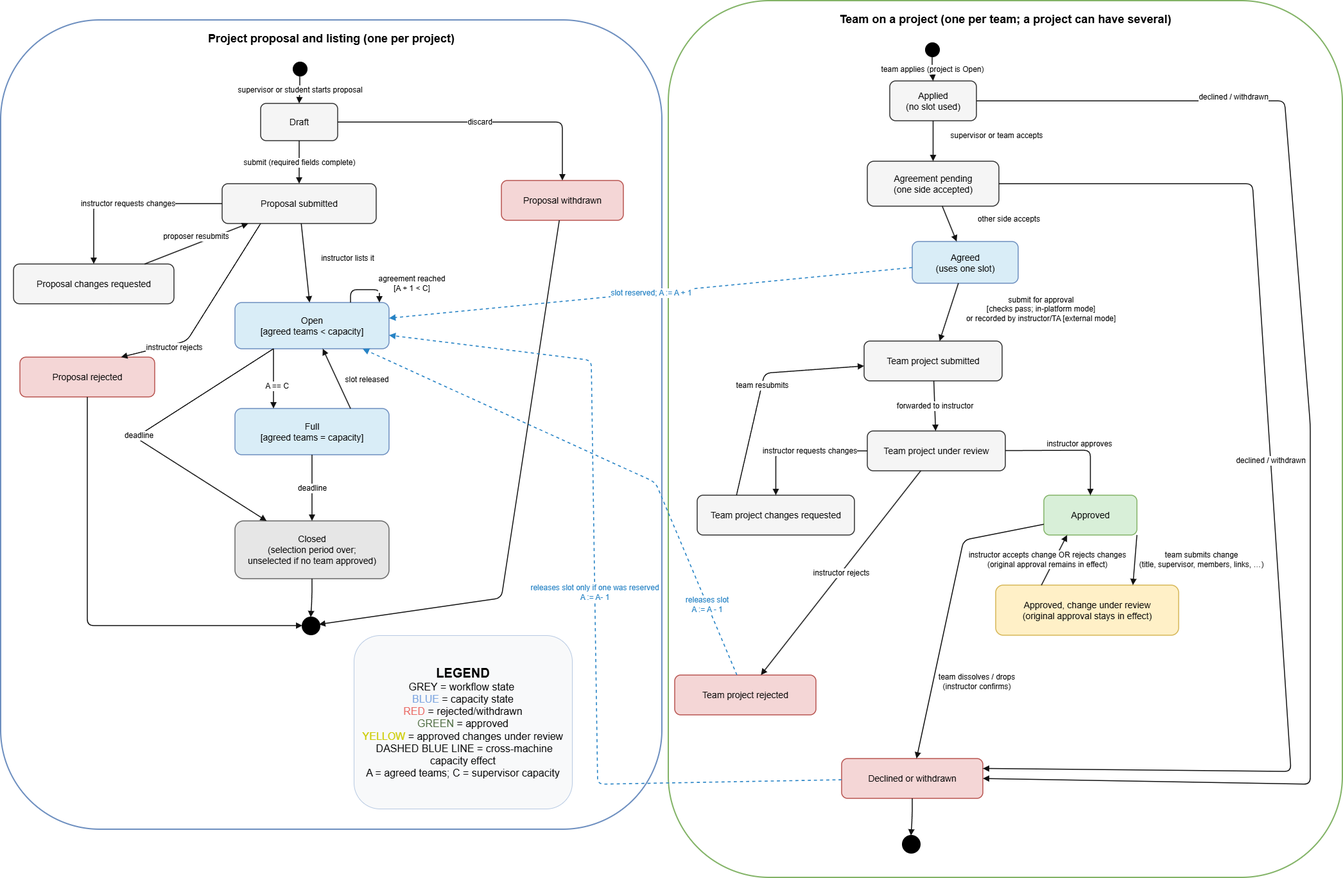
Earlier version of the draw.io export docs/SRS/ProjectLifecycleStateDiagram.png (Ayushpatel2026/Keystone). Source tidied: cells renumbered, new cells last; positions are measured from the earlier drawing's top-left corner, leaving out a move shared by most shapes.
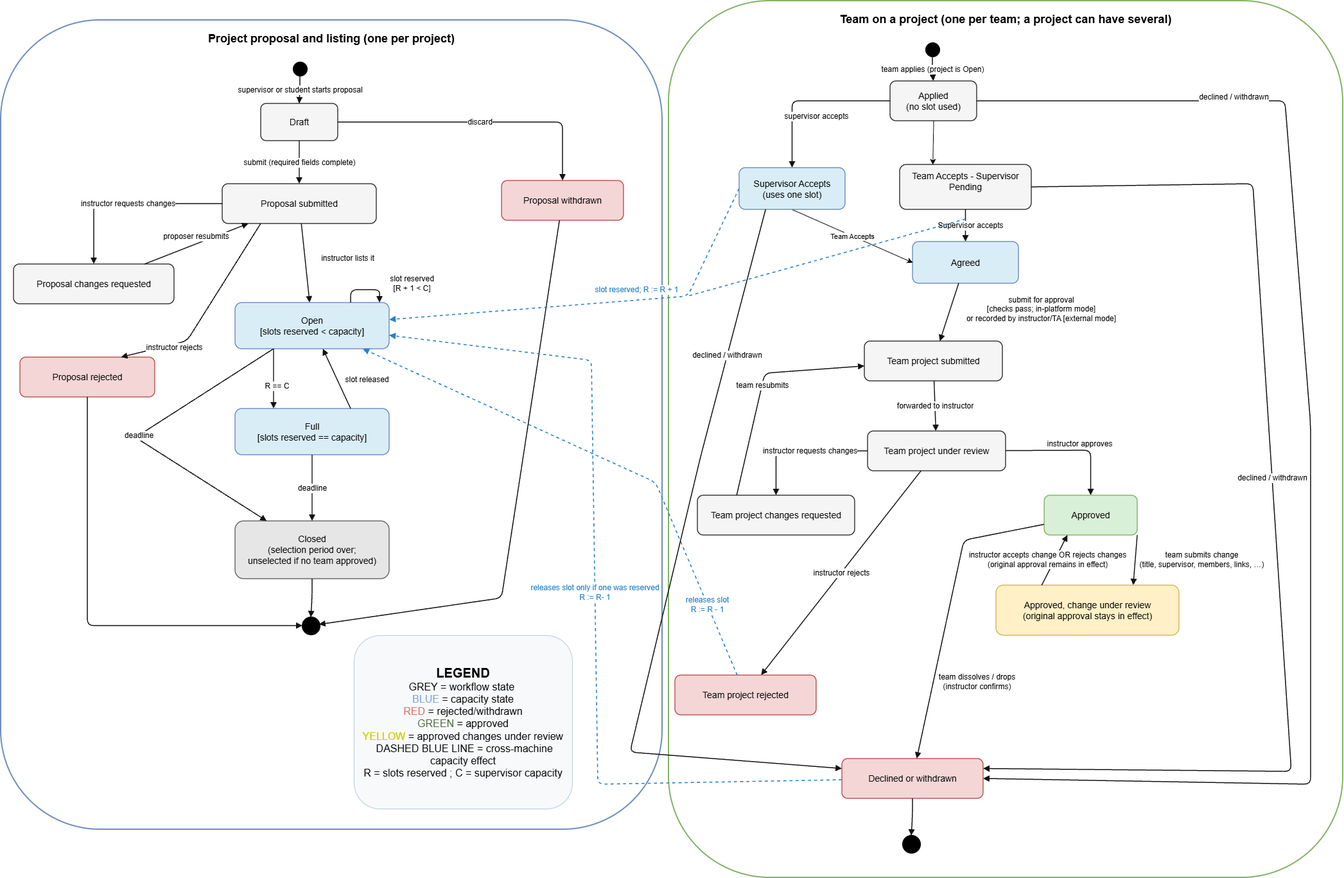
The same diagram one commit later.

Commit message:
docs: updated POC plan and state diagram to reflect new changes

(#97)

Diff of the diagram source:
```diff
@@ -26,10 +26,10 @@
     <mxCell id="9" value="Proposal rejected" style="rounded=1;whiteSpace=wrap;html=1;fillColor=#F4D6D6;strokeColor=#B85450;strokeWidth=1.5;fontSize=14;spacing=8;" parent="1" vertex="1">
       <mxGeometry x="30" y="555" width="210" height="62" as="geometry" />
     </mxCell>
-    <mxCell id="10" value="Open&lt;br&gt;[agreed teams &amp;lt; capacity]" style="rounded=1;whiteSpace=wrap;html=1;fillColor=#D9EDF7;strokeColor=#6C8EBF;strokeWidth=1.5;fontSize=14;spacing=8;" parent="1" vertex="1">
+    <mxCell id="10" value="Open&lt;br&gt;[slots reserved &amp;lt; capacity]" style="rounded=1;whiteSpace=wrap;html=1;fillColor=#D9EDF7;strokeColor=#6C8EBF;strokeWidth=1.5;fontSize=14;spacing=8;" parent="1" vertex="1">
       <mxGeometry x="365" y="470" width="240" height="72" as="geometry" />
     </mxCell>
-    <mxCell id="11" value="Full&lt;br&gt;[agreed teams = capacity]" style="rounded=1;whiteSpace=wrap;html=1;fillColor=#D9EDF7;strokeColor=#6C8EBF;strokeWidth=1.5;fontSize=14;spacing=8;" parent="1" vertex="1">
+    <mxCell id="11" value="Full&lt;br&gt;[slots reserved == capacity]" style="rounded=1;whiteSpace=wrap;html=1;fillColor=#D9EDF7;strokeColor=#6C8EBF;strokeWidth=1.5;fontSize=14;spacing=8;" parent="1" vertex="1">
       <mxGeometry x="365" y="635" width="240" height="72" as="geometry" />
     </mxCell>
     <mxCell id="12" value="Closed&lt;br&gt;(selection period over;&lt;br&gt;unselected if no team approved)" style="rounded=1;whiteSpace=wrap;html=1;fillColor=#E6E6E6;strokeColor=#666666;strokeWidth=1.5;fontSize=14;spacing=8;" parent="1" vertex="1">
@@ -44,10 +44,10 @@
     <mxCell id="15" value="Applied&lt;br&gt;(no slot used)" style="rounded=1;whiteSpace=wrap;html=1;fillColor=#F5F5F5;strokeColor=#333333;strokeWidth=1.5;fontSize=14;spacing=8;" parent="1" vertex="1">
       <mxGeometry x="1385" y="125" width="135" height="62" as="geometry" />
     </mxCell>
-    <mxCell id="16" value="Agreement pending&lt;br&gt;(one side accepted)" style="rounded=1;whiteSpace=wrap;html=1;fillColor=#F5F5F5;strokeColor=#333333;strokeWidth=1.5;fontSize=14;spacing=8;" parent="1" vertex="1">
-      <mxGeometry x="1350" y="250" width="205" height="70" as="geometry" />
+    <mxCell id="16" value="Team Accepts - Supervisor Pending&lt;div&gt;&lt;br/&gt;&lt;/div&gt;" style="rounded=1;whiteSpace=wrap;html=1;fillColor=#F5F5F5;strokeColor=#333333;strokeWidth=1.5;fontSize=14;spacing=8;" parent="1" vertex="1">
+      <mxGeometry x="1400" y="255" width="205" height="70" as="geometry" />
     </mxCell>
-    <mxCell id="17" value="Agreed&lt;br&gt;(uses one slot)" style="rounded=1;whiteSpace=wrap;html=1;fillColor=#D9EDF7;strokeColor=#6C8EBF;strokeWidth=1.5;fontSize=14;spacing=8;" parent="1" vertex="1">
+    <mxCell id="17" value="Agreed" style="rounded=1;whiteSpace=wrap;html=1;fillColor=#D9EDF7;strokeColor=#6C8EBF;strokeWidth=1.5;fontSize=14;spacing=8;" parent="1" vertex="1">
       <mxGeometry x="1420" y="375" width="165" height="65" as="geometry" />
     </mxCell>
     <mxCell id="18" value="Team project submitted" style="rounded=1;whiteSpace=wrap;html=1;fillColor=#F5F5F5;strokeColor=#333333;strokeWidth=1.5;fontSize=14;spacing=8;" parent="1" vertex="1">
@@ -101,7 +101,7 @@
         </Array>
       </mxGeometry>
     </mxCell>
-    <mxCell id="33" value="agreement reached&lt;br&gt;[A + 1 &amp;lt; C]" style="edgeStyle=orthogonalEdgeStyle;rounded=1;orthogonalLoop=1;jettySize=auto;html=1;endArrow=block;endFill=1;strokeWidth=1.5;fontSize=12;labelBackgroundColor=#FFFFFF;strokeColor=#111111;exitX=0.75;exitY=0;exitDx=0;exitDy=0;innerLoopWaypoints=1;" parent="1" edge="1" source="10" target="10">
+    <mxCell id="33" value="slot reserved&lt;br&gt;[R + 1 &amp;lt; C]" style="edgeStyle=orthogonalEdgeStyle;rounded=1;orthogonalLoop=1;jettySize=auto;html=1;endArrow=block;endFill=1;strokeWidth=1.5;fontSize=12;labelBackgroundColor=#FFFFFF;strokeColor=#111111;exitX=0.75;exitY=0;exitDx=0;exitDy=0;innerLoopWaypoints=1;" parent="1" edge="1" source="10" target="10">
       <mxGeometry x="0.53" y="51" relative="1" as="geometry">
         <Array as="points">
           <mxPoint x="545" y="450" />
@@ -110,7 +110,7 @@
         <mxPoint x="-1" y="-10" as="offset" />
       </mxGeometry>
     </mxCell>
-    <mxCell id="34" value="A == C" style="rounded=1;jettySize=auto;html=1;endArrow=block;endFill=1;strokeWidth=1.5;fontSize=12;labelBackgroundColor=#FFFFFF;strokeColor=#111111;exitX=0.25;exitY=1;exitDx=0;exitDy=0;entryX=0.25;entryY=0;entryDx=0;entryDy=0;" parent="1" edge="1" source="10" target="11">
+    <mxCell id="34" value="R == C" style="rounded=1;jettySize=auto;html=1;endArrow=block;endFill=1;strokeWidth=1.5;fontSize=12;labelBackgroundColor=#FFFFFF;strokeColor=#111111;exitX=0.25;exitY=1;exitDx=0;exitDy=0;entryX=0.25;entryY=0;entryDx=0;entryDy=0;" parent="1" edge="1" source="10" target="11">
       <mxGeometry x="0.25" y="5" relative="1" as="geometry" />
     </mxCell>
     <mxCell id="35" value="slot released" style="rounded=1;jettySize=auto;html=1;endArrow=block;endFill=1;strokeWidth=1.5;fontSize=12;labelBackgroundColor=#FFFFFF;strokeColor=#111111;exitX=0.75;exitY=0;exitDx=0;exitDy=0;" parent="1" edge="1" source="11" target="10">
@@ -146,10 +146,8 @@
     <mxCell id="41" value="team applies (project is Open)" style="edgeStyle=orthogonalEdgeStyle;rounded=1;jettySize=auto;html=1;endArrow=block;endFill=1;strokeWidth=1.5;fontSize=12;labelBackgroundColor=#FFFFFF;strokeColor=#111111;" parent="1" edge="1" source="14" target="15">
       <mxGeometry relative="1" as="geometry" />
     </mxCell>
-    <mxCell id="42" value="supervisor or team accepts" style="edgeStyle=orthogonalEdgeStyle;rounded=1;jettySize=auto;html=1;endArrow=block;endFill=1;strokeWidth=1.5;fontSize=12;labelBackgroundColor=#FFFFFF;strokeColor=#111111;" parent="1" edge="1" source="15" target="16">
-      <mxGeometry x="-0.27" y="97" relative="1" as="geometry">
-        <mxPoint x="1" as="offset" />
-      </mxGeometry>
+    <mxCell id="42" value="supervisor accepts" style="edgeStyle=orthogonalEdgeStyle;rounded=1;jettySize=auto;html=1;endArrow=block;endFill=1;strokeWidth=1.5;fontSize=12;labelBackgroundColor=#FFFFFF;strokeColor=#111111;entryX=0.5;entryY=0;entryDx=0;entryDy=0;" parent="1" edge="1" source="15" target="60">
+      <mxGeometry x="-0.1" y="24" relative="1" as="geometry" />
     </mxCell>
     <mxCell id="43" value="declined / withdrawn" style="rounded=1;jettySize=auto;html=1;endArrow=block;endFill=1;strokeWidth=1.5;fontSize=12;labelBackgroundColor=#FFFFFF;strokeColor=#111111;exitX=1;exitY=0.5;exitDx=0;exitDy=0;entryX=1;entryY=0.5;entryDx=0;entryDy=0;" parent="1" edge="1" source="15" target="24">
       <mxGeometry x="-0.61" y="6" relative="1" as="geometry">
@@ -160,8 +158,8 @@
         </Array>
       </mxGeometry>
     </mxCell>
-    <mxCell id="44" value="other side accepts" style="rounded=1;jettySize=auto;html=1;endArrow=block;endFill=1;strokeWidth=1.5;fontSize=12;labelBackgroundColor=#FFFFFF;strokeColor=#111111;" parent="1" edge="1" source="16" target="17">
-      <mxGeometry x="0.94" y="88" relative="1" as="geometry" />
+    <mxCell id="44" value="Supervisor accepts" style="rounded=1;jettySize=auto;html=1;endArrow=block;endFill=1;strokeWidth=1.5;fontSize=12;labelBackgroundColor=#FFFFFF;strokeColor=#111111;" parent="1" edge="1" source="16" target="17">
+      <mxGeometry y="7" relative="1" as="geometry" />
     </mxCell>
     <mxCell id="45" value="declined / withdrawn" style="rounded=1;jettySize=auto;html=1;endArrow=block;endFill=1;strokeWidth=1.5;fontSize=12;labelBackgroundColor=#FFFFFF;strokeColor=#111111;exitX=1;exitY=0.5;exitDx=0;exitDy=0;entryX=1;entryY=0.25;entryDx=0;entryDy=0;" parent="1" edge="1" source="16" target="24">
       <mxGeometry x="-0.08" relative="1" as="geometry">
@@ -217,10 +215,14 @@
     <mxCell id="55" style="edgeStyle=orthogonalEdgeStyle;rounded=1;jettySize=auto;html=1;endArrow=block;endFill=1;strokeWidth=1.5;fontSize=12;labelBackgroundColor=#FFFFFF;strokeColor=#111111;" parent="1" edge="1" source="24" target="25">
       <mxGeometry relative="1" as="geometry" />
     </mxCell>
-    <mxCell id="56" value="slot reserved; A := A + 1" style="rounded=1;jettySize=auto;html=1;endArrow=block;endFill=1;strokeWidth=1.5;fontSize=12;labelBackgroundColor=#FFFFFF;dashed=1;strokeColor=#2783C5;fontColor=#2783C5;strokeWidth=1.6;" parent="1" edge="1" source="17" target="10">
-      <mxGeometry relative="1" as="geometry" />
+    <mxCell id="56" value="slot reserved; R := R + 1" style="rounded=1;jettySize=auto;html=1;endArrow=block;endFill=1;strokeWidth=1.5;fontSize=12;labelBackgroundColor=#FFFFFF;dashed=1;strokeColor=#2783C5;fontColor=#2783C5;strokeWidth=1.6;exitX=0;exitY=0.5;exitDx=0;exitDy=0;" parent="1" edge="1" source="60" target="10">
+      <mxGeometry x="-0.19" y="-16" relative="1" as="geometry">
+        <Array as="points">
+          <mxPoint x="1070" y="460" />
+        </Array>
+      </mxGeometry>
     </mxCell>
-    <mxCell id="57" value="releases slot only if one was reserved&lt;br&gt;A := A- 1" style="rounded=1;jettySize=auto;html=1;endArrow=block;endFill=1;strokeWidth=1.5;fontSize=12;labelBackgroundColor=#FFFFFF;dashed=1;strokeColor=#2783C5;fontColor=#2783C5;strokeWidth=1.6;" parent="1" edge="1" source="24" target="10">
+    <mxCell id="57" value="releases slot only if one was reserved&lt;br&gt;R := R- 1" style="rounded=1;jettySize=auto;html=1;endArrow=block;endFill=1;strokeWidth=1.5;fontSize=12;labelBackgroundColor=#FFFFFF;dashed=1;strokeColor=#2783C5;fontColor=#2783C5;strokeWidth=1.6;" parent="1" edge="1" source="24" target="10">
       <mxGeometry relative="1" as="geometry">
         <Array as="points">
           <mxPoint x="930" y="1220" />
@@ -228,7 +230,7 @@
         </Array>
       </mxGeometry>
     </mxCell>
-    <mxCell id="58" value="releases slot&lt;br&gt;A := A - 1" style="rounded=1;jettySize=auto;html=1;endArrow=block;endFill=1;strokeWidth=1.5;fontSize=12;labelBackgroundColor=#FFFFFF;dashed=1;strokeColor=#2783C5;fontColor=#2783C5;strokeWidth=1.6;" parent="1" edge="1" source="23" target="10">
+    <mxCell id="58" value="releases slot&lt;br&gt;R := R - 1" style="rounded=1;jettySize=auto;html=1;endArrow=block;endFill=1;strokeWidth=1.5;fontSize=12;labelBackgroundColor=#FFFFFF;dashed=1;strokeColor=#2783C5;fontColor=#2783C5;strokeWidth=1.6;" parent="1" edge="1" source="23" target="10">
       <mxGeometry x="-0.71" relative="1" as="geometry">
         <Array as="points">
           <mxPoint x="1020" y="750" />
@@ -236,8 +238,34 @@
         <mxPoint y="1" as="offset" />
       </mxGeometry>
     </mxCell>
-    <mxCell id="59" value="&lt;b style=&quot;&quot;&gt;&lt;font style=&quot;font-size: 20px;&quot;&gt;LEGEND&lt;/font&gt;&lt;/b&gt;&lt;br&gt;&lt;div&gt;&lt;font style=&quot;font-size: 16px;&quot;&gt;GREY = workflow state&amp;nbsp;&lt;/font&gt;&lt;div&gt;&lt;font style=&quot;font-size: 16px;&quot;&gt;&amp;nbsp;&lt;span style=&quot;color: rgb(126, 166, 224);&quot;&gt;BLUE&lt;/span&gt; = capacity state&amp;nbsp;&lt;/font&gt;&lt;/div&gt;&lt;div&gt;&lt;font style=&quot;font-size: 16px;&quot;&gt;&amp;nbsp;&lt;span style=&quot;color: rgb(234, 107, 102);&quot;&gt;RED&lt;/span&gt; = rejected/withdrawn&amp;nbsp;&lt;/font&gt;&lt;/div&gt;&lt;div&gt;&lt;font style=&quot;font-size: 16px;&quot;&gt;&amp;nbsp;&lt;span style=&quot;color: rgb(75, 105, 61);&quot;&gt;GREEN&lt;/span&gt; = approved&amp;nbsp;&lt;/font&gt;&lt;/div&gt;&lt;div&gt;&lt;font style=&quot;font-size: 16px;&quot;&gt;&amp;nbsp;&lt;span style=&quot;color: rgb(204, 204, 0);&quot;&gt;YELLOW&lt;/span&gt; = approved changes under review&amp;nbsp;&lt;/font&gt;&lt;/div&gt;&lt;div&gt;&lt;font style=&quot;font-size: 16px;&quot;&gt;&amp;nbsp;DASHED BLUE LINE = cross-machine capacity effect&lt;/font&gt;&lt;div&gt;&lt;font style=&quot;font-size: 16px;&quot;&gt;A = agreed teams; C = supervisor capacity&lt;/font&gt;&lt;/div&gt;&lt;/div&gt;&lt;/div&gt;" style="rounded=1;whiteSpace=wrap;html=1;fillColor=#F8F9FA;strokeColor=#B7C9E2;fontSize=13;spacing=10;" parent="1" vertex="1">
+    <mxCell id="59" value="&lt;b style=&quot;&quot;&gt;&lt;font style=&quot;font-size: 20px;&quot;&gt;LEGEND&lt;/font&gt;&lt;/b&gt;&lt;br&gt;&lt;div&gt;&lt;font style=&quot;font-size: 16px;&quot;&gt;GREY = workflow state&amp;nbsp;&lt;/font&gt;&lt;div&gt;&lt;font style=&quot;font-size: 16px;&quot;&gt;&amp;nbsp;&lt;span style=&quot;color: rgb(126, 166, 224);&quot;&gt;BLUE&lt;/span&gt; = capacity state&amp;nbsp;&lt;/font&gt;&lt;/div&gt;&lt;div&gt;&lt;font style=&quot;font-size: 16px;&quot;&gt;&amp;nbsp;&lt;span style=&quot;color: rgb(234, 107, 102);&quot;&gt;RED&lt;/span&gt; = rejected/withdrawn&amp;nbsp;&lt;/font&gt;&lt;/div&gt;&lt;div&gt;&lt;font style=&quot;font-size: 16px;&quot;&gt;&amp;nbsp;&lt;span style=&quot;color: rgb(75, 105, 61);&quot;&gt;GREEN&lt;/span&gt; = approved&amp;nbsp;&lt;/font&gt;&lt;/div&gt;&lt;div&gt;&lt;font style=&quot;font-size: 16px;&quot;&gt;&amp;nbsp;&lt;span style=&quot;color: rgb(204, 204, 0);&quot;&gt;YELLOW&lt;/span&gt; = approved changes under review&amp;nbsp;&lt;/font&gt;&lt;/div&gt;&lt;div&gt;&lt;font style=&quot;font-size: 16px;&quot;&gt;&amp;nbsp;DASHED BLUE LINE = cross-machine capacity effect&lt;/font&gt;&lt;div&gt;&lt;font style=&quot;font-size: 16px;&quot;&gt;R = slots reserved ; C = supervisor capacity&lt;/font&gt;&lt;/div&gt;&lt;/div&gt;&lt;/div&gt;" style="rounded=1;whiteSpace=wrap;html=1;fillColor=#F8F9FA;strokeColor=#B7C9E2;fontSize=13;spacing=10;" parent="1" vertex="1">
       <mxGeometry x="550" y="988" width="340" height="270" as="geometry" />
     </mxCell>
+    <mxCell id="60" value="Supervisor Accepts&lt;br&gt;(uses one slot)" style="rounded=1;whiteSpace=wrap;html=1;fillColor=#D9EDF7;strokeColor=#6C8EBF;strokeWidth=1.5;fontSize=14;spacing=8;" parent="1" vertex="1">
+      <mxGeometry x="1150" y="260" width="165" height="65" as="geometry" />
+    </mxCell>
+    <mxCell id="61" style="endArrow=classic;html=1;rounded=0;defaultLabelBackgroundColor=gap;exitX=0.5;exitY=1;exitDx=0;exitDy=0;entryX=0;entryY=0.5;entryDx=0;entryDy=0;" parent="1" edge="1" source="60" target="17">
+      <mxGeometry relative="1" as="geometry" />
+    </mxCell>
+    <mxCell id="62" value="Team Accepts" style="edgeLabel;html=1;align=center;verticalAlign=middle;defaultLabelBackgroundColor=gap;" parent="61" vertex="1">
+      <mxGeometry relative="1" as="geometry" />
+    </mxCell>
+    <mxCell id="63" value="declined / withdrawn" style="rounded=1;jettySize=auto;html=1;endArrow=block;endFill=1;strokeWidth=1.5;fontSize=12;labelBackgroundColor=#FFFFFF;strokeColor=#111111;exitX=0.25;exitY=1;exitDx=0;exitDy=0;entryX=0;entryY=0.25;entryDx=0;entryDy=0;" parent="1" edge="1" source="60" target="24">
+      <mxGeometry x="-0.61" relative="1" as="geometry">
+        <Array as="points">
+          <mxPoint x="1090" y="710" />
+          <mxPoint x="980" y="1170" />
+        </Array>
+      </mxGeometry>
+    </mxCell>
+    <mxCell id="64" style="endArrow=classic;html=1;rounded=0;defaultLabelBackgroundColor=gap;entryX=0.25;entryY=0;entryDx=0;entryDy=0;exitX=0.5;exitY=1;exitDx=0;exitDy=0;" parent="1" edge="1" source="15" target="16">
+      <mxGeometry relative="1" as="geometry" />
+    </mxCell>
+    <mxCell id="65" style="rounded=1;orthogonalLoop=1;jettySize=auto;html=1;endArrow=none;endFill=0;strokeWidth=1.5;fontSize=12;labelBackgroundColor=#FFFFFF;dashed=1;strokeColor=#2783C5;fontColor=#2783C5;strokeWidth=1.6;" parent="1" edge="1">
+      <mxGeometry x="-0.08" y="-16" relative="1" as="geometry">
+        <mxPoint x="1502.5" y="340" as="sourcePoint" />
+        <mxPoint x="1070" y="460" as="targetPoint" />
+      </mxGeometry>
+    </mxCell>
   </root>
 </mxGraphModel>
```
